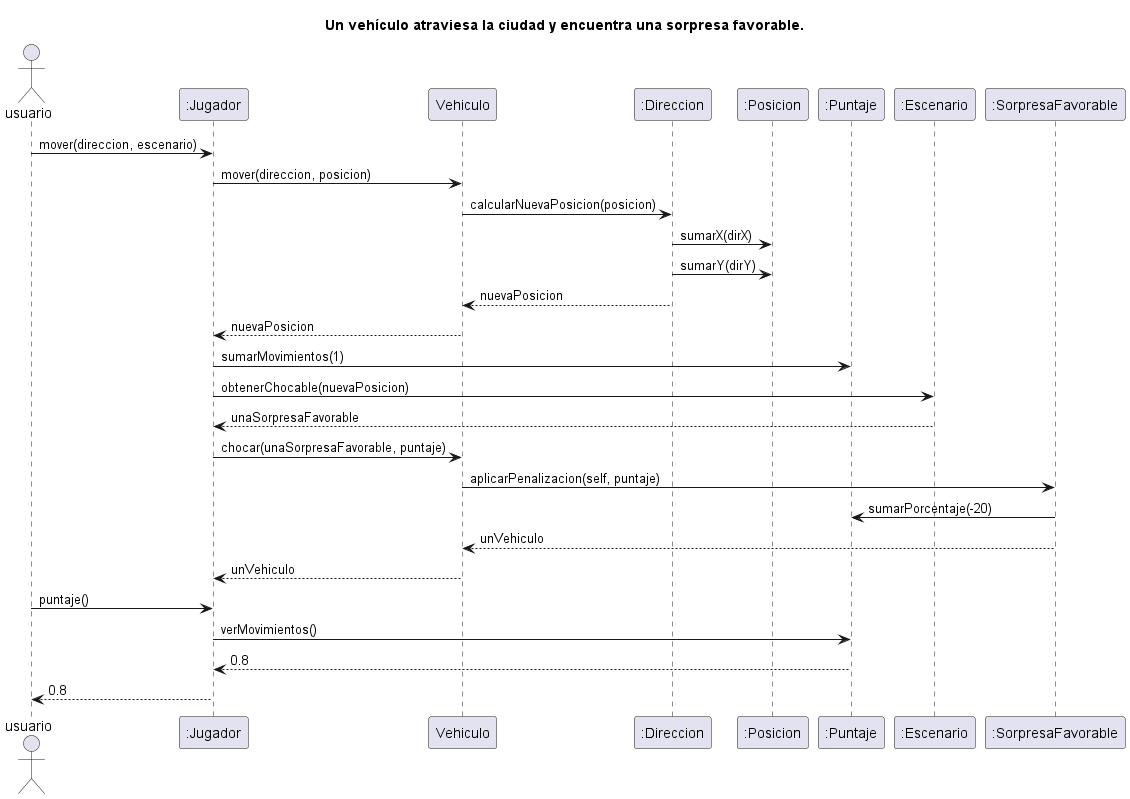
NestorPala/T17-GPSChallenge keeps this PlantUML diagram as diagrams/sequences/vehiculo_choca_sorpresa_favorable.png. Above is the earlier version. Its source is kept beside it as diagrams/sequences/vehiculo_choca_sorpresa_favorable.puml. Its diagram source:
```plantuml
@startuml
title Un vehículo atraviesa la ciudad y encuentra una sorpresa favorable.
Actor usuario

"usuario" -> ":Jugador": mover(direccion, escenario)
":Jugador" -> "Vehiculo": mover(direccion, posicion)
"Vehiculo" -> ":Direccion": calcularNuevaPosicion(posicion)
":Direccion" -> ":Posicion": sumarX(dirX)
":Direccion" -> ":Posicion": sumarY(dirY)
":Direccion" --> "Vehiculo": nuevaPosicion
"Vehiculo" --> ":Jugador": nuevaPosicion
":Jugador" -> ":Puntaje": sumarMovimientos(1)
":Jugador" -> ":Escenario": obtenerChocable(nuevaPosicion)
":Escenario" --> ":Jugador": unaSorpresaFavorable
":Jugador" -> "Vehiculo": chocar(unaSorpresaFavorable, puntaje)
"Vehiculo" -> ":SorpresaFavorable": aplicarPenalizacion(self, puntaje)
":SorpresaFavorable" -> ":Puntaje" : sumarPorcentaje(-20)
":SorpresaFavorable" --> "Vehiculo" : unVehiculo
"Vehiculo" --> ":Jugador" : unVehiculo

"usuario" -> ":Jugador": puntaje()
":Jugador" -> ":Puntaje": verMovimientos()
return 0.8
":Jugador" --> "usuario" : 0.8

@enduml
```
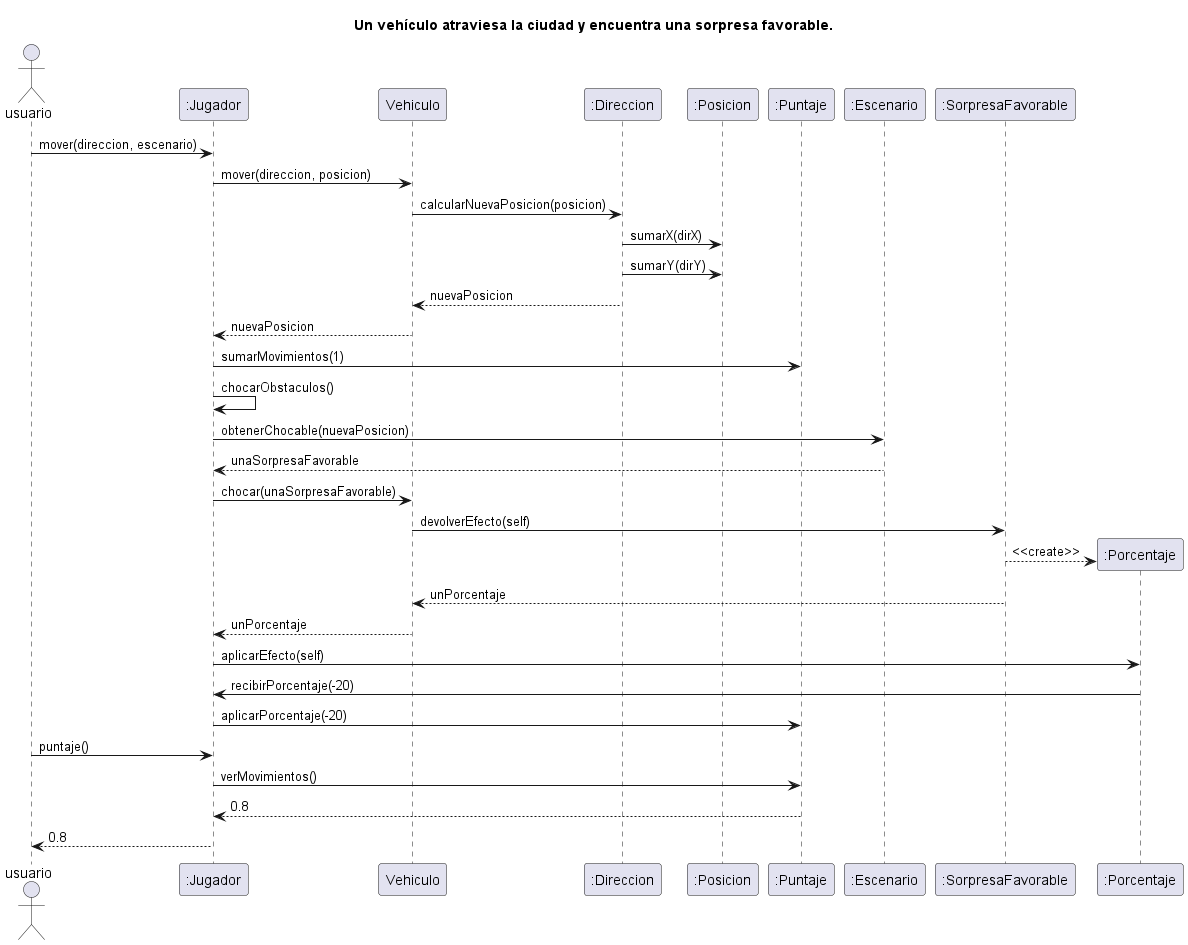
After the change.

Diff of the diagram source:
```diff
@@ -10,13 +10,18 @@
 ":Direccion" --> "Vehiculo": nuevaPosicion
 "Vehiculo" --> ":Jugador": nuevaPosicion
 ":Jugador" -> ":Puntaje": sumarMovimientos(1)
+":Jugador" -> ":Jugador": chocarObstaculos()
 ":Jugador" -> ":Escenario": obtenerChocable(nuevaPosicion)
 ":Escenario" --> ":Jugador": unaSorpresaFavorable
-":Jugador" -> "Vehiculo": chocar(unaSorpresaFavorable, puntaje)
-"Vehiculo" -> ":SorpresaFavorable": aplicarPenalizacion(self, puntaje)
-":SorpresaFavorable" -> ":Puntaje" : sumarPorcentaje(-20)
-":SorpresaFavorable" --> "Vehiculo" : unVehiculo
-"Vehiculo" --> ":Jugador" : unVehiculo
+":Jugador" -> "Vehiculo": chocar(unaSorpresaFavorable)
+"Vehiculo" -> ":SorpresaFavorable": devolverEfecto(self)
+create ":Porcentaje"
+":SorpresaFavorable" --> ":Porcentaje": <<create>>
+":SorpresaFavorable" --> "Vehiculo" : unPorcentaje
+"Vehiculo" --> ":Jugador" : unPorcentaje
+":Jugador" -> ":Porcentaje" : aplicarEfecto(self)
+":Porcentaje" -> ":Jugador" : recibirPorcentaje(-20)
+":Jugador" -> ":Puntaje" : aplicarPorcentaje(-20)
 
 "usuario" -> ":Jugador": puntaje()
 ":Jugador" -> ":Puntaje": verMovimientos()
```
